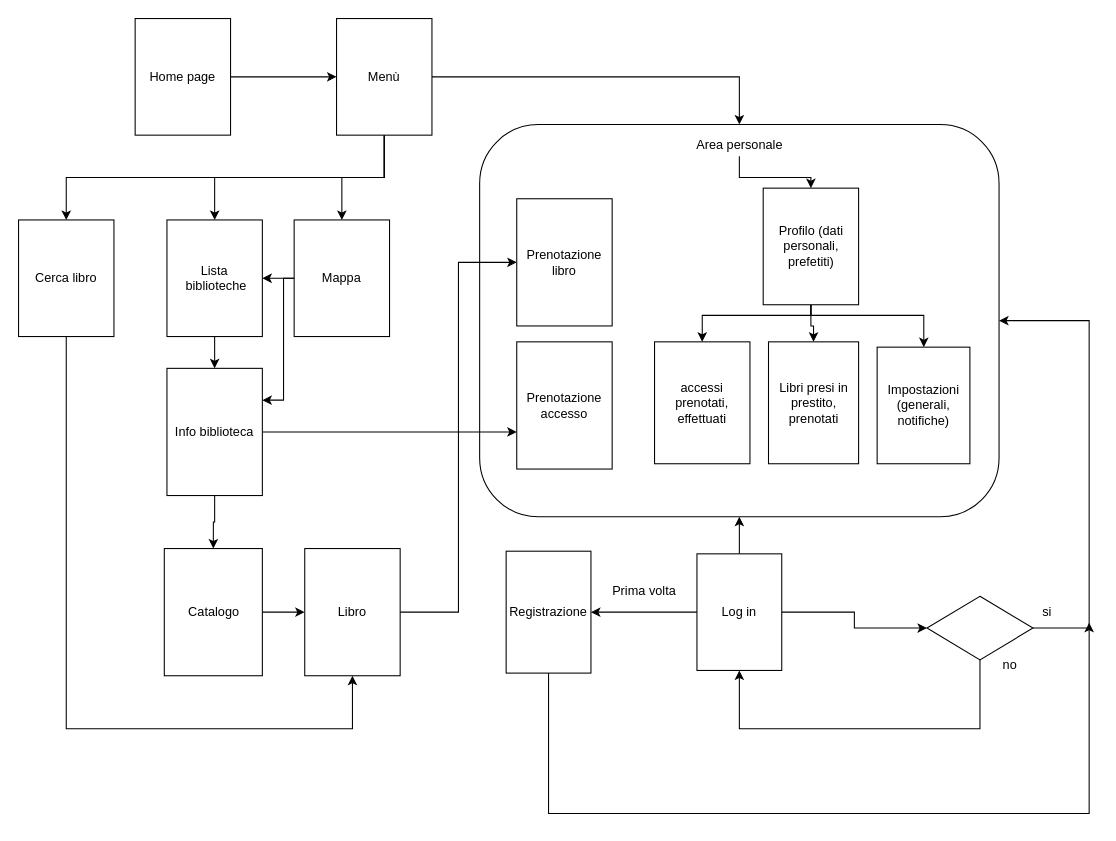
AndreaDiTommaso/BiblioAQ keeps this draw.io diagram as draw/BiblioAQ_nav_model.drawio. Above is the earlier version. Source tidied: cells renumbered, new cells numbered last; positions are measured from the earlier drawing's top-left corner, leaving out a move shared by most shapes. Both pictures are drawn from the tidied source at 106%, with x=0, y=0 at pixel (18, 18).
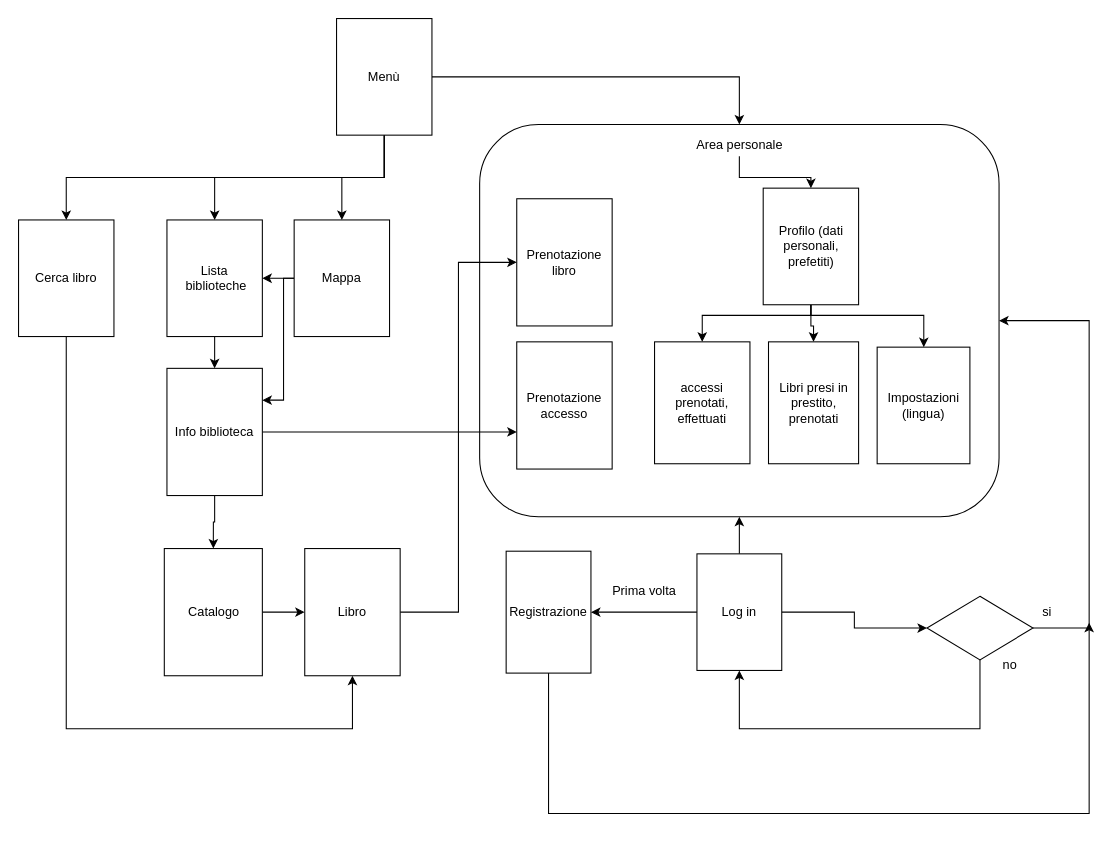
The same diagram, later.

Unchanged cells that the change refers to:
```xml
<mxCell id="8" value="Menù" style="rounded=0;whiteSpace=wrap;html=1;" parent="1" vertex="1">
  <mxGeometry x="300" width="90" height="110" as="geometry" />
</mxCell>
```

Change to the diagram source:
```diff
@@
-    <mxCell id="3" style="edgeStyle=orthogonalEdgeStyle;rounded=0;jettySize=auto;html=1;" parent="1" edge="1" source="4" target="8">
-      <mxGeometry relative="1" as="geometry" />
-    </mxCell>
-    <mxCell id="4" value="Home page" style="rounded=0;whiteSpace=wrap;html=1;" parent="1" vertex="1">
-      <mxGeometry x="110" width="90" height="110" as="geometry" />
-    </mxCell>
@@
-    <mxCell id="32" value="Impostazioni (generali, notifiche)" style="rounded=0;whiteSpace=wrap;html=1;" parent="1" vertex="1">
+    <mxCell id="32" value="Impostazioni (lingua)" style="rounded=0;whiteSpace=wrap;html=1;" parent="1" vertex="1">
       <mxGeometry x="810" y="310" width="87.5" height="110" as="geometry" />
     </mxCell>
```
